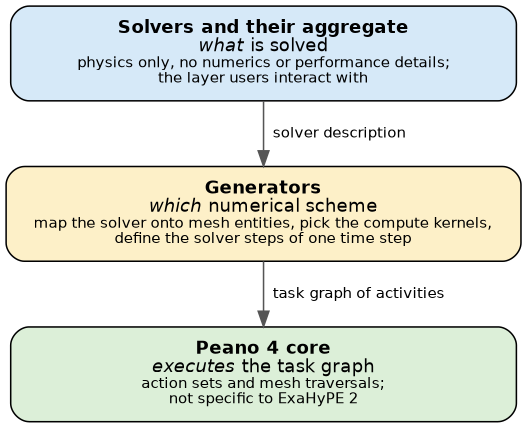
Above: documentation/exahype2/design/python-architecture-layers.png in TimStokes47/peano (Graphviz), before the change. Its source is kept beside it as documentation/exahype2/design/python-architecture-layers.dot. Its diagram source:
```dot
digraph PythonArchitectureLayers {
  rankdir=TB;
  nodesep=0.4;
  ranksep=0.45;
  node [shape=box, style="rounded,filled", fontname="Helvetica", fontsize=12, width=4.6, margin="0.25,0.12"];
  edge [fontname="Helvetica", fontsize=10, color="#555555"];

  solver [fillcolor="#d6e9f8", label=<<b>Solvers and their aggregate</b><br/><i>what</i> is solved<br/><font point-size="10">physics only, no numerics or performance details;<br/>the layer users interact with</font>>];
  generators [fillcolor="#fdf0c8", label=<<b>Generators</b><br/><i>which</i> numerical scheme<br/><font point-size="10">map the solver onto mesh entities, pick the compute kernels,<br/>define the solver steps of one time step</font>>];
  peano [fillcolor="#dcefd8", label=<<b>Peano 4 core</b><br/><i>executes</i> the task graph<br/><font point-size="10">action sets and mesh traversals;<br/>not specific to ExaHyPE 2</font>>];

  solver -> generators [label="  solver description"];
  generators -> peano [label="  task graph of activities"];
}
```
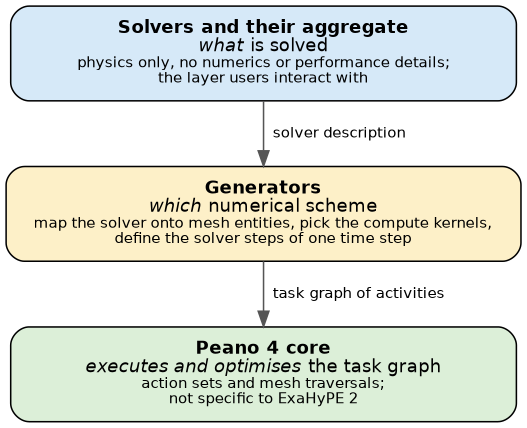
After the commit.

Commit message:
ExaHyPE 2 docs: Peano 4 core layer executes and optimises the task graph

Change to the diagram source:
```diff
@@ -7,7 +7,7 @@
 
   solver [fillcolor="#d6e9f8", label=<<b>Solvers and their aggregate</b><br/><i>what</i> is solved<br/><font point-size="10">physics only, no numerics or performance details;<br/>the layer users interact with</font>>];
   generators [fillcolor="#fdf0c8", label=<<b>Generators</b><br/><i>which</i> numerical scheme<br/><font point-size="10">map the solver onto mesh entities, pick the compute kernels,<br/>define the solver steps of one time step</font>>];
-  peano [fillcolor="#dcefd8", label=<<b>Peano 4 core</b><br/><i>executes</i> the task graph<br/><font point-size="10">action sets and mesh traversals;<br/>not specific to ExaHyPE 2</font>>];
+  peano [fillcolor="#dcefd8", label=<<b>Peano 4 core</b><br/><i>executes and optimises</i> the task graph<br/><font point-size="10">action sets and mesh traversals;<br/>not specific to ExaHyPE 2</font>>];
 
   solver -> generators [label="  solver description"];
   generators -> peano [label="  task graph of activities"];
```
